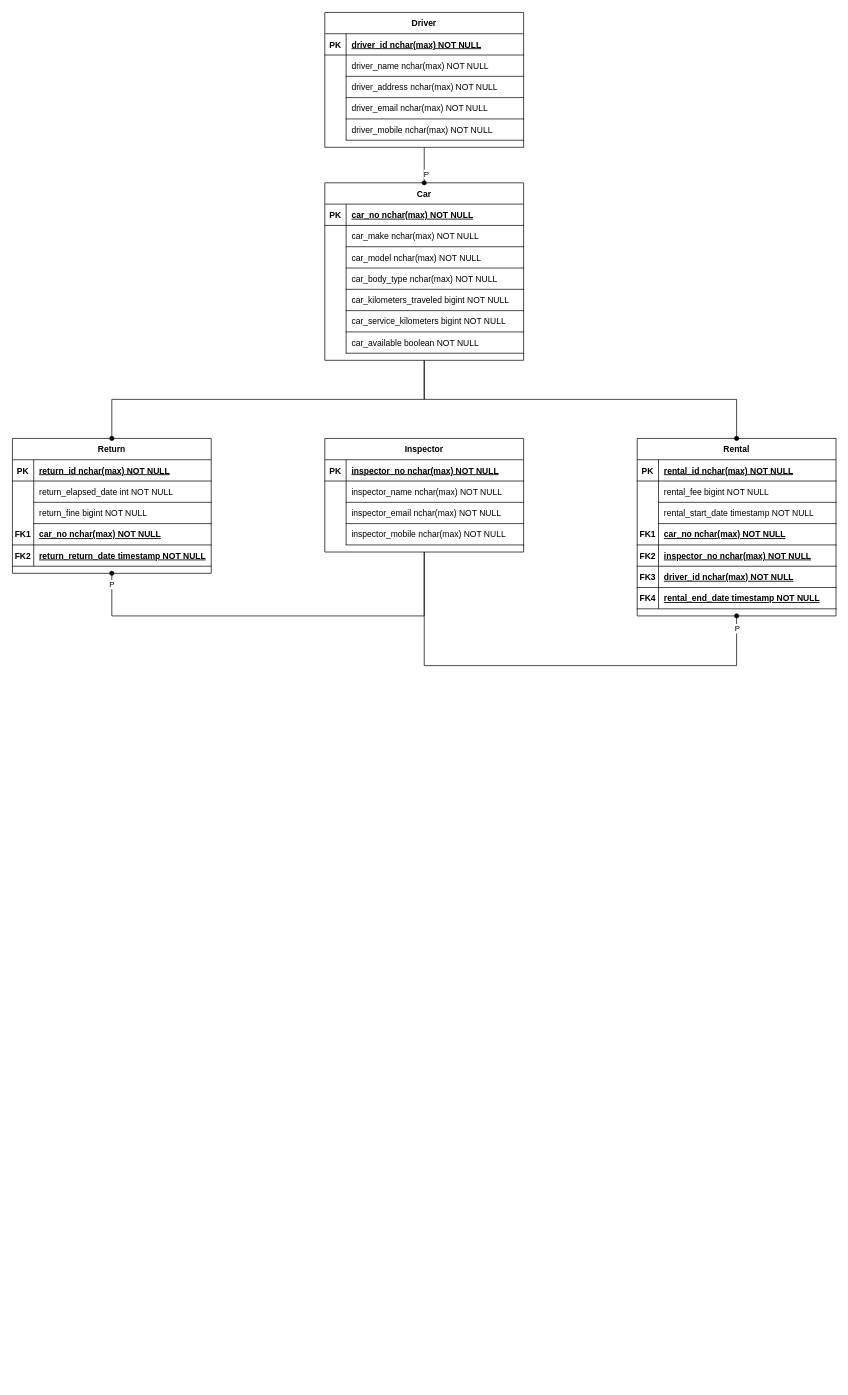
Earlier version of the draw.io diagram cldv/poepart1.drawio (connor-davis/vc-yeartwo). Source tidied: cells renumbered, new cells numbered last; positions are measured from the earlier drawing's top-left corner, leaving out a move shared by most shapes. Both pictures are drawn from the tidied source at 71%, with x=0, y=0 at pixel (12, 12).
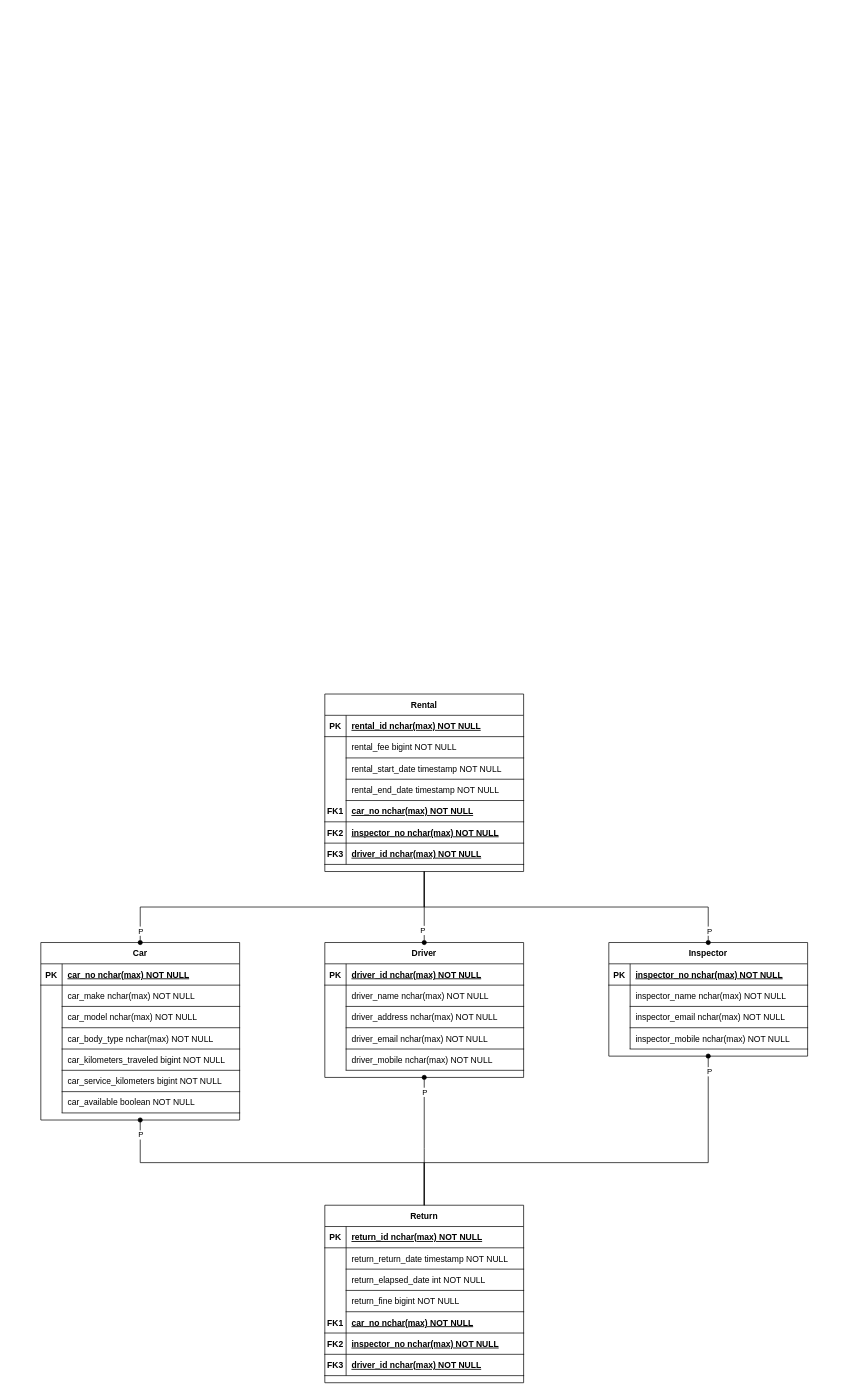
After the change.

Commit message (it also covers changes not shown here):
Updated CLDV P1 diagram

Change to the diagram source:
```diff
@@
     <mxCell id="2" value="Car" style="shape=table;startSize=30;childLayout=tableLayout;rowLines=0;fontStyle=1;align=center;" parent="1" vertex="1">
-      <mxGeometry x="440" y="240" width="280" height="250" as="geometry" />
+      <mxGeometry x="40" y="1310" width="280" height="250" as="geometry" />
     </mxCell>
@@
     <mxCell id="24" value="Rental" style="shape=table;startSize=30;childLayout=tableLayout;rowLines=0;fontStyle=1;align=center;" parent="1" vertex="1">
-      <mxGeometry x="880" y="600" width="280" height="250" as="geometry" />
+      <mxGeometry x="440" y="960" width="280" height="250" as="geometry" />
     </mxCell>
@@
+    <mxCell id="99" style="shape=partialRectangle;fillColor=none;top=0;left=0;right=0;bottom=0;" parent="24" vertex="1">
+      <mxGeometry y="120" width="280" height="30" as="geometry" />
+    </mxCell>
+    <mxCell id="100" style="shape=partialRectangle;overflow=hidden;fillColor=none;top=0;left=0;bottom=0;right=0;" parent="99" vertex="1">
+      <mxGeometry width="30" height="30" as="geometry" />
+    </mxCell>
+    <mxCell id="45" value="rental_end_date timestamp NOT NULL" style="shape=partialRectangle;overflow=hidden;fillColor=none;top=0;left=0;bottom=1;right=0;align=left;spacingLeft=6;" parent="99" vertex="1">
+      <mxGeometry x="30" width="250" height="30" as="geometry" />
+    </mxCell>
     <mxCell id="34" style="shape=partialRectangle;fillColor=none;top=0;left=0;right=0;bottom=1;" parent="24" vertex="1">
-      <mxGeometry y="120" width="280" height="30" as="geometry" />
+      <mxGeometry y="150" width="280" height="30" as="geometry" />
     </mxCell>
@@
     <mxCell id="37" style="shape=partialRectangle;fillColor=none;top=0;left=0;right=0;bottom=1;" parent="24" vertex="1">
-      <mxGeometry y="150" width="280" height="30" as="geometry" />
+      <mxGeometry y="180" width="280" height="30" as="geometry" />
     </mxCell>
@@
     <mxCell id="40" style="shape=partialRectangle;fillColor=none;top=0;left=0;right=0;bottom=1;" parent="24" vertex="1">
-      <mxGeometry y="180" width="280" height="30" as="geometry" />
+      <mxGeometry y="210" width="280" height="30" as="geometry" />
     </mxCell>
@@
-    <mxCell id="43" style="shape=partialRectangle;fillColor=none;top=0;left=0;right=0;bottom=1;" parent="24" vertex="1">
-      <mxGeometry y="210" width="280" height="30" as="geometry" />
-    </mxCell>
-    <mxCell id="44" value="FK4" style="shape=partialRectangle;overflow=hidden;fillColor=none;top=0;left=0;bottom=0;right=0;fontStyle=1;" parent="43" vertex="1">
-      <mxGeometry width="30" height="30" as="geometry" />
-    </mxCell>
-    <mxCell id="45" value="rental_end_date timestamp NOT NULL" style="shape=partialRectangle;overflow=hidden;fillColor=none;top=0;left=0;bottom=0;right=0;align=left;spacingLeft=6;fontStyle=5;" parent="43" vertex="1">
-      <mxGeometry x="30" width="250" height="30" as="geometry" />
-    </mxCell>
     <mxCell id="46" value="Driver" style="shape=table;startSize=30;childLayout=tableLayout;rowLines=0;fontStyle=1;align=center;" parent="1" vertex="1">
-      <mxGeometry x="440" width="280" height="190" as="geometry" />
+      <mxGeometry x="440" y="1310" width="280" height="190" as="geometry" />
     </mxCell>
@@
     <mxCell id="62" value="Inspector" style="shape=table;startSize=30;childLayout=tableLayout;rowLines=0;fontStyle=1;align=center;" parent="1" vertex="1">
-      <mxGeometry x="440" y="600" width="280" height="160" as="geometry" />
+      <mxGeometry x="840" y="1310" width="280" height="160" as="geometry" />
     </mxCell>
@@
     <mxCell id="75" value="Return" style="shape=table;startSize=30;childLayout=tableLayout;rowLines=0;fontStyle=1;align=center;" parent="1" vertex="1">
-      <mxGeometry y="600" width="280" height="190" as="geometry" />
+      <mxGeometry x="440" y="1680" width="280" height="250" as="geometry" />
     </mxCell>
@@
+    <mxCell id="101" style="shape=partialRectangle;fillColor=none;top=0;left=0;right=0;bottom=0;" parent="75" vertex="1">
+      <mxGeometry y="60" width="280" height="30" as="geometry" />
+    </mxCell>
+    <mxCell id="102" style="shape=partialRectangle;overflow=hidden;fillColor=none;top=0;left=0;bottom=0;right=0;" parent="101" vertex="1">
+      <mxGeometry width="30" height="30" as="geometry" />
+    </mxCell>
+    <mxCell id="90" value="return_return_date timestamp NOT NULL" style="shape=partialRectangle;overflow=hidden;fillColor=none;top=0;left=0;bottom=1;right=0;align=left;spacingLeft=6;" parent="101" vertex="1">
+      <mxGeometry x="30" width="250" height="30" as="geometry" />
+    </mxCell>
     <mxCell id="79" style="shape=partialRectangle;fillColor=none;top=0;left=0;right=0;bottom=0;" parent="75" vertex="1">
-      <mxGeometry y="60" width="280" height="30" as="geometry" />
+      <mxGeometry y="90" width="280" height="30" as="geometry" />
     </mxCell>
@@
     <mxCell id="82" style="shape=partialRectangle;fillColor=none;top=0;left=0;right=0;bottom=0;" parent="75" vertex="1">
-      <mxGeometry y="90" width="280" height="30" as="geometry" />
+      <mxGeometry y="120" width="280" height="30" as="geometry" />
     </mxCell>
@@
     <mxCell id="85" style="shape=partialRectangle;fillColor=none;top=0;left=0;right=0;bottom=1;" parent="75" vertex="1">
-      <mxGeometry y="120" width="280" height="30" as="geometry" />
+      <mxGeometry y="150" width="280" height="30" as="geometry" />
     </mxCell>
@@
-    <mxCell id="88" style="shape=partialRectangle;fillColor=none;top=0;left=0;right=0;bottom=1;" parent="75" vertex="1">
-      <mxGeometry y="150" width="280" height="30" as="geometry" />
-    </mxCell>
+    <mxCell id="103" style="shape=partialRectangle;fillColor=none;top=0;left=0;right=0;bottom=1;" parent="75" vertex="1">
+      <mxGeometry y="180" width="280" height="30" as="geometry" />
+    </mxCell>
-    <mxCell id="89" value="FK2" style="shape=partialRectangle;overflow=hidden;fillColor=none;top=0;left=0;bottom=0;right=0;fontStyle=1;" parent="88" vertex="1">
+    <mxCell id="89" value="FK2" style="shape=partialRectangle;overflow=hidden;fillColor=none;top=0;left=0;bottom=0;right=0;fontStyle=1;" parent="103" vertex="1">
       <mxGeometry width="30" height="30" as="geometry" />
     </mxCell>
-    <mxCell id="90" value="return_return_date timestamp NOT NULL" style="shape=partialRectangle;overflow=hidden;fillColor=none;top=0;left=0;bottom=0;right=0;align=left;spacingLeft=6;fontStyle=5;" parent="88" vertex="1">
-      <mxGeometry x="30" width="250" height="30" as="geometry" />
-    </mxCell>
+    <mxCell id="104" value="inspector_no nchar(max) NOT NULL " style="shape=partialRectangle;overflow=hidden;fillColor=none;top=0;left=0;bottom=0;right=0;align=left;spacingLeft=6;fontStyle=5;" parent="103" vertex="1">
+      <mxGeometry x="30" width="250" height="30" as="geometry" />
+    </mxCell>
+    <mxCell id="43" style="shape=partialRectangle;fillColor=none;top=0;left=0;right=0;bottom=1;" parent="75" vertex="1">
+      <mxGeometry y="210" width="280" height="30" as="geometry" />
+    </mxCell>
+    <mxCell id="105" value="FK3" style="shape=partialRectangle;overflow=hidden;fillColor=none;top=0;left=0;bottom=0;right=0;fontStyle=1;" parent="43" vertex="1">
+      <mxGeometry width="30" height="30" as="geometry" />
+    </mxCell>
+    <mxCell id="106" value="driver_id nchar(max) NOT NULL " style="shape=partialRectangle;overflow=hidden;fillColor=none;top=0;left=0;bottom=0;right=0;align=left;spacingLeft=6;fontStyle=5;" parent="43" vertex="1">
+      <mxGeometry x="30" width="250" height="30" as="geometry" />
+    </mxCell>
+    <mxCell id="107" style="edgeStyle=elbowEdgeStyle;fontSize=12;html=1;endArrow=none;startArrow=oval;rounded=0;exitX=0.5;exitY=0;exitDx=0;exitDy=0;elbow=vertical;endFill=0;startFill=1;entryX=0.5;entryY=1;entryDx=0;entryDy=0;" parent="1" edge="1" source="46" target="24">
+      <mxGeometry relative="1" as="geometry">
+        <Array as="points">
+          <mxPoint x="590" y="1250" />
+        </Array>
+      </mxGeometry>
+    </mxCell>
+    <mxCell id="108" value="P" style="edgeLabel;html=1;align=center;verticalAlign=middle;" parent="107" vertex="1">
+      <mxGeometry x="-0.54" y="3" relative="1" as="geometry">
+        <mxPoint y="5" as="offset" />
+      </mxGeometry>
+    </mxCell>
+    <mxCell id="95" style="edgeStyle=elbowEdgeStyle;fontSize=12;html=1;endArrow=none;startArrow=oval;rounded=0;exitX=0.5;exitY=0;exitDx=0;exitDy=0;elbow=vertical;endFill=0;startFill=1;entryX=0.5;entryY=1;entryDx=0;entryDy=0;" parent="1" edge="1" source="62" target="24">
+      <mxGeometry relative="1" as="geometry">
+        <Array as="points">
+          <mxPoint x="600" y="1260" />
+        </Array>
+      </mxGeometry>
+    </mxCell>
+    <mxCell id="109" value="P" style="edgeLabel;html=1;align=center;verticalAlign=middle;" parent="95" vertex="1">
+      <mxGeometry x="-0.93" y="-1" relative="1" as="geometry" />
+    </mxCell>
-    <mxCell id="91" style="edgeStyle=elbowEdgeStyle;fontSize=12;html=1;endArrow=oval;rounded=0;startArrow=none;startFill=0;exitX=0.5;exitY=1;exitDx=0;exitDy=0;entryX=0.5;entryY=0;entryDx=0;entryDy=0;elbow=vertical;endFill=1;" parent="1" edge="1" source="2" target="24">
-      <mxGeometry relative="1" as="geometry" />
+    <mxCell id="91" style="edgeStyle=elbowEdgeStyle;fontSize=12;html=1;endArrow=none;startArrow=oval;rounded=0;exitX=0.5;exitY=0;exitDx=0;exitDy=0;elbow=vertical;endFill=0;startFill=1;entryX=0.5;entryY=1;entryDx=0;entryDy=0;" parent="1" edge="1" source="2" target="24">
+      <mxGeometry relative="1" as="geometry">
+        <Array as="points">
+          <mxPoint x="380" y="1260" />
+        </Array>
+      </mxGeometry>
     </mxCell>
-    <mxCell id="92" style="edgeStyle=elbowEdgeStyle;fontSize=12;html=1;endArrow=oval;startArrow=none;rounded=0;exitX=0.5;exitY=1;exitDx=0;exitDy=0;entryX=0.5;entryY=0;entryDx=0;entryDy=0;elbow=vertical;endFill=1;startFill=0;" parent="1" edge="1" source="46" target="2">
-      <mxGeometry relative="1" as="geometry" />
-    </mxCell>
-    <mxCell id="93" value="P" style="edgeLabel;html=1;align=center;verticalAlign=middle;" parent="92" vertex="1">
-      <mxGeometry x="0.47" y="2" relative="1" as="geometry" />
-    </mxCell>
+    <mxCell id="110" value="P" style="edgeLabel;html=1;align=center;verticalAlign=middle;" parent="91" vertex="1">
+      <mxGeometry x="-0.93" relative="1" as="geometry" />
+    </mxCell>
+    <mxCell id="97" style="edgeStyle=elbowEdgeStyle;fontSize=12;html=1;endArrow=none;startArrow=oval;rounded=0;exitX=0.5;exitY=1;exitDx=0;exitDy=0;elbow=vertical;endFill=0;startFill=1;entryX=0.5;entryY=0;entryDx=0;entryDy=0;" parent="1" edge="1" source="62" target="75">
+      <mxGeometry relative="1" as="geometry">
+        <Array as="points">
+          <mxPoint x="770" y="1620" />
+        </Array>
+      </mxGeometry>
+    </mxCell>
+    <mxCell id="111" value="P" style="edgeLabel;html=1;align=center;verticalAlign=middle;" parent="97" vertex="1">
+      <mxGeometry x="-0.93" y="1" relative="1" as="geometry" />
+    </mxCell>
+    <mxCell id="112" style="edgeStyle=elbowEdgeStyle;fontSize=12;html=1;endArrow=none;startArrow=oval;rounded=0;exitX=0.5;exitY=1;exitDx=0;exitDy=0;elbow=vertical;endFill=0;startFill=1;entryX=0.5;entryY=0;entryDx=0;entryDy=0;" parent="1" edge="1" source="46" target="75">
+      <mxGeometry relative="1" as="geometry">
+        <Array as="points">
+          <mxPoint x="570" y="1600" />
+        </Array>
+      </mxGeometry>
+    </mxCell>
+    <mxCell id="113" value="P" style="edgeLabel;html=1;align=center;verticalAlign=middle;" parent="112" vertex="1">
+      <mxGeometry x="-0.78" relative="1" as="geometry" />
+    </mxCell>
-    <mxCell id="94" style="edgeStyle=elbowEdgeStyle;fontSize=12;html=1;endArrow=oval;rounded=0;exitX=0.5;exitY=1;exitDx=0;exitDy=0;entryX=0.5;entryY=0;entryDx=0;entryDy=0;startArrow=none;startFill=0;elbow=vertical;endFill=1;" parent="1" edge="1" source="2" target="75">
-      <mxGeometry relative="1" as="geometry" />
+    <mxCell id="94" style="edgeStyle=elbowEdgeStyle;fontSize=12;html=1;endArrow=none;startArrow=oval;rounded=0;exitX=0.5;exitY=1;exitDx=0;exitDy=0;elbow=vertical;endFill=0;startFill=1;entryX=0.5;entryY=0;entryDx=0;entryDy=0;" parent="1" edge="1" source="2" target="75">
+      <mxGeometry relative="1" as="geometry">
+        <Array as="points">
+          <mxPoint x="380" y="1620" />
+        </Array>
+      </mxGeometry>
     </mxCell>
-    <mxCell id="95" style="edgeStyle=elbowEdgeStyle;fontSize=12;html=1;endArrow=oval;startArrow=none;rounded=0;exitX=0.5;exitY=1;exitDx=0;exitDy=0;entryX=0.5;entryY=1;entryDx=0;entryDy=0;elbow=vertical;startFill=0;endFill=1;" parent="1" edge="1" source="62" target="24">
-      <mxGeometry relative="1" as="geometry">
-        <Array as="points">
-          <mxPoint x="860" y="920" />
-        </Array>
-      </mxGeometry>
-    </mxCell>
-    <mxCell id="96" value="P" style="edgeLabel;html=1;align=center;verticalAlign=middle;" parent="95" vertex="1">
-      <mxGeometry x="0.95" relative="1" as="geometry" />
-    </mxCell>
-    <mxCell id="97" style="edgeStyle=elbowEdgeStyle;fontSize=12;html=1;endArrow=oval;startArrow=none;rounded=0;exitX=0.5;exitY=1;exitDx=0;exitDy=0;entryX=0.5;entryY=1;entryDx=0;entryDy=0;elbow=vertical;startFill=0;endFill=1;" parent="1" edge="1" source="62" target="75">
-      <mxGeometry relative="1" as="geometry">
-        <Array as="points">
-          <mxPoint x="280" y="850" />
-        </Array>
-      </mxGeometry>
-    </mxCell>
-    <mxCell id="98" value="P" style="edgeLabel;html=1;align=center;verticalAlign=middle;" parent="97" vertex="1">
-      <mxGeometry x="0.95" y="1" relative="1" as="geometry" />
-    </mxCell>
+    <mxCell id="114" value="P" style="edgeLabel;html=1;align=center;verticalAlign=middle;" parent="94" vertex="1">
+      <mxGeometry x="-0.92" relative="1" as="geometry">
+        <mxPoint y="-1" as="offset" />
+      </mxGeometry>
+    </mxCell>
```
